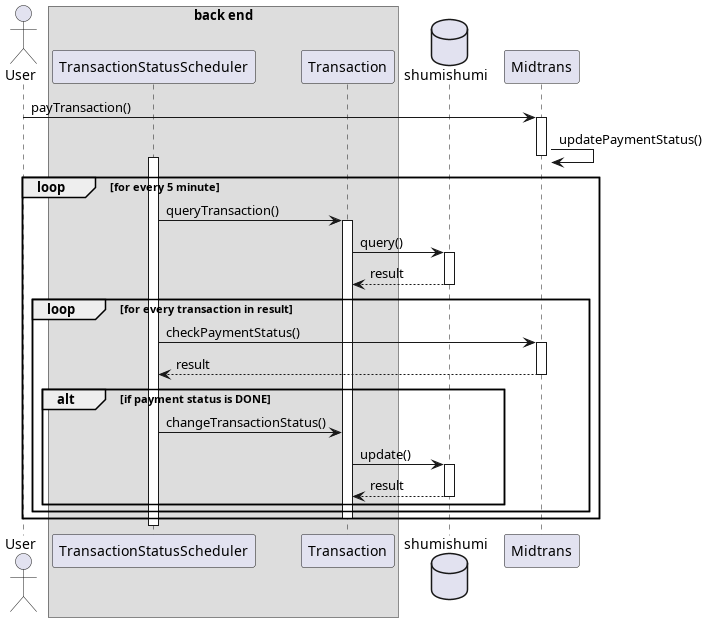
Earlier version of the PlantUML export thesis/latex/diagram/sequence diagram/15. transaction/pay transaction/pay trx.png (aldihsuhandi/skripsi-2023).
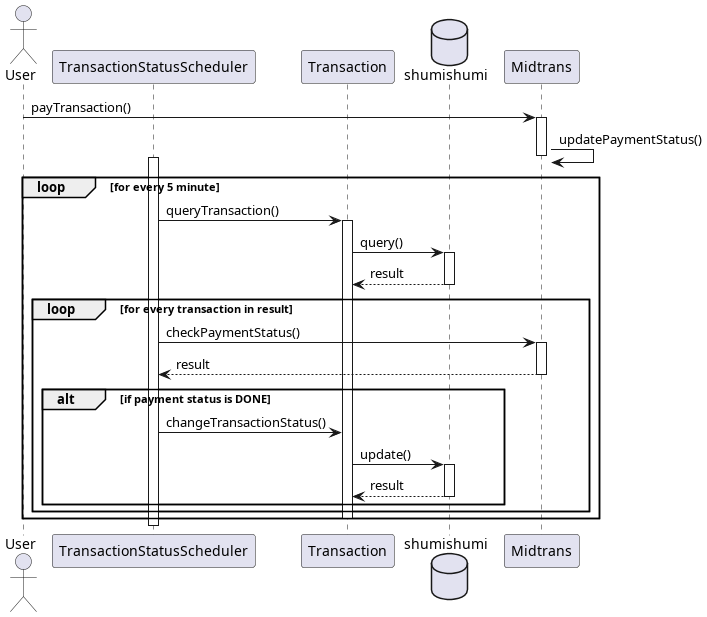
After the commit.

The edit, as a diff of the source:
```diff
@@ -2,10 +2,8 @@
 
 actor User as u
 
-box "back end"
 participant "TransactionStatusScheduler" as scheduler
 participant Transaction as trx
-end box
 
 database shumishumi as db
 
```
